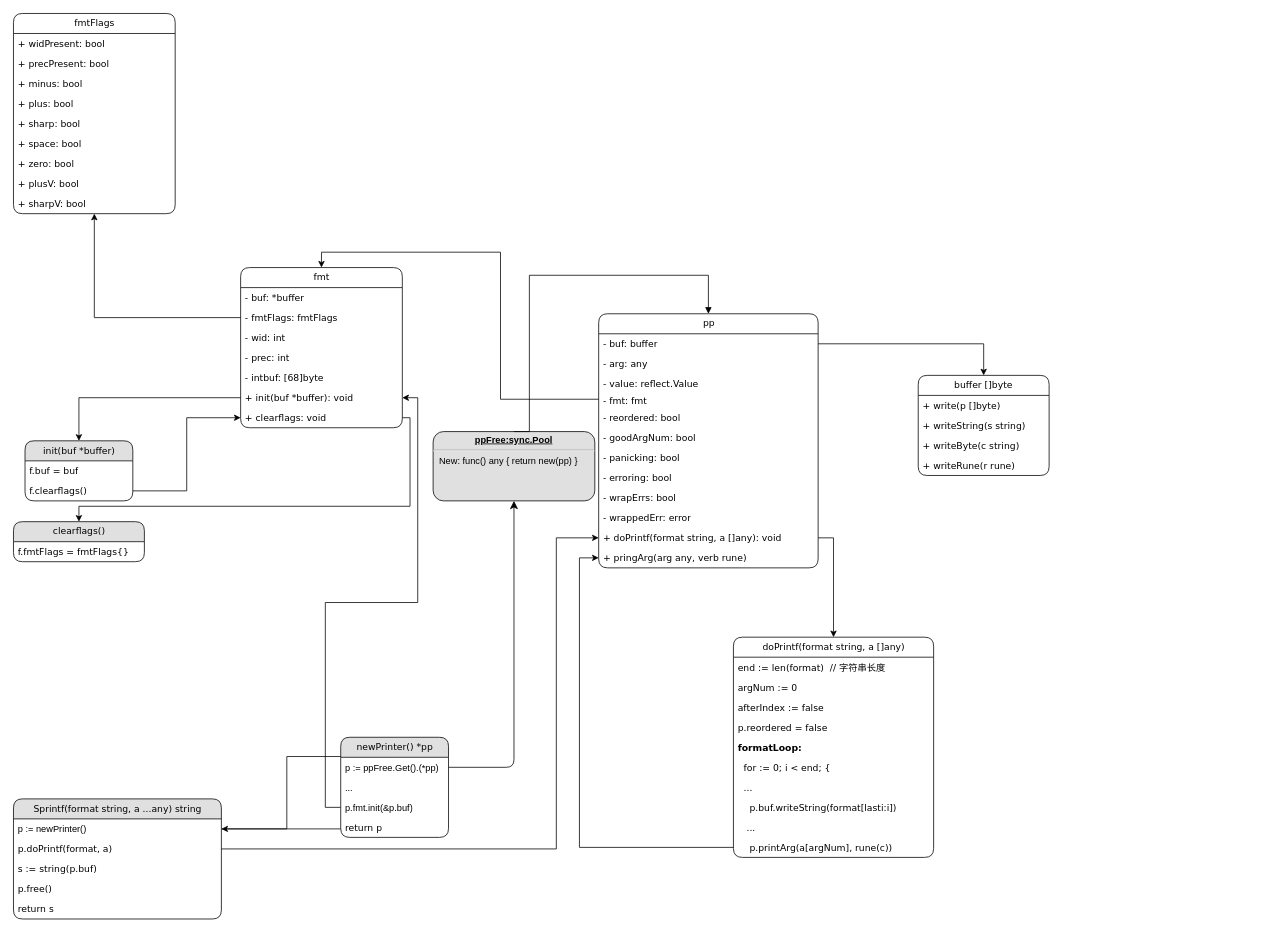
This is readsourcecode/go-fmt-1.18.10.drawio from cherubic/drawio, a draw.io file, before an edit. Source tidied: cells renumbered, new cells numbered last; positions are measured from the earlier drawing's top-left corner, leaving out a move shared by most shapes. Both pictures are drawn from the tidied source at 77%, with x=0, y=0 at pixel (13, 13).
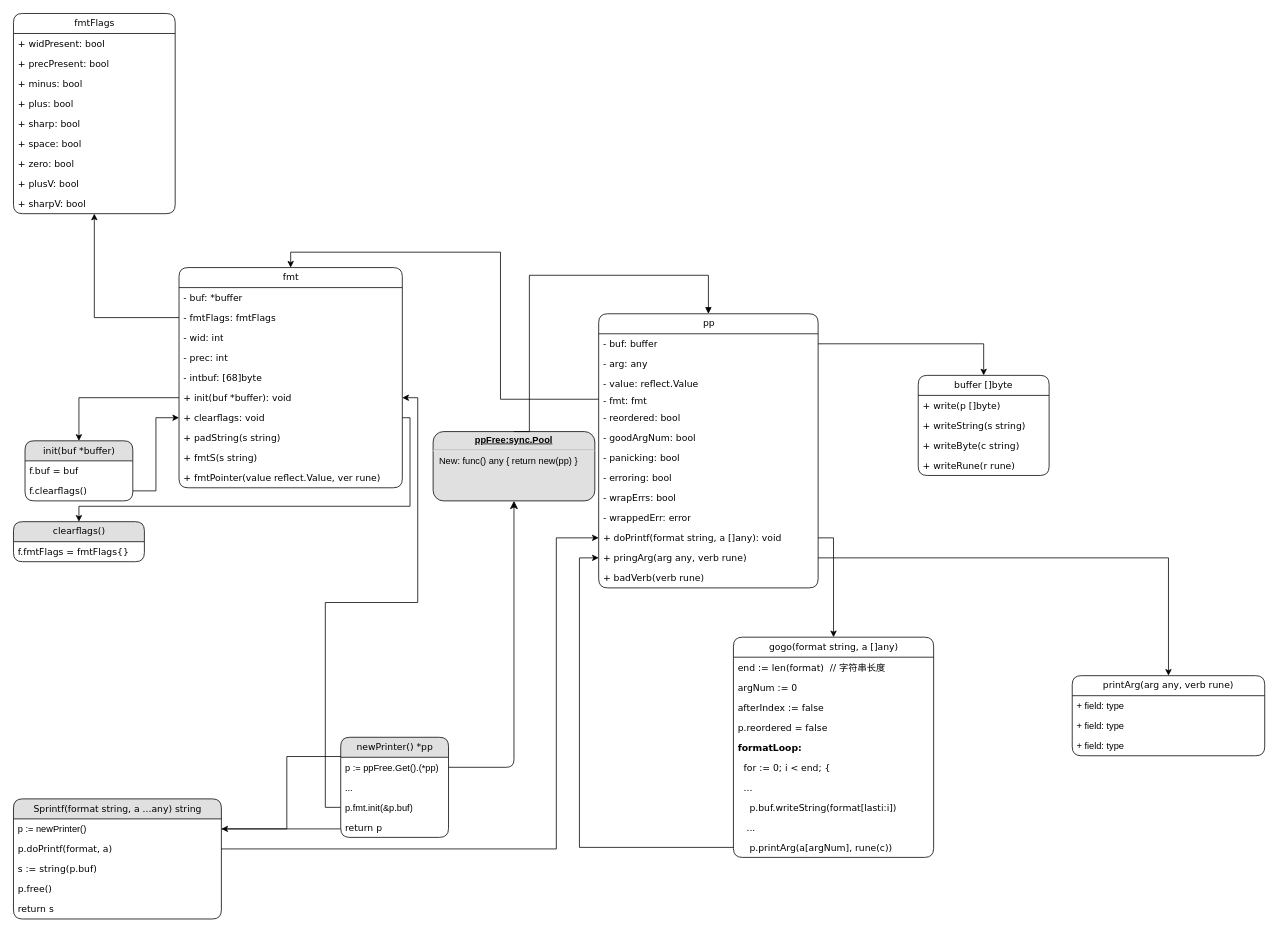
After the change.

The change refers to these unchanged cells:
```xml
<mxCell id="16" value="+ pringArg(arg any, verb rune)" style="text;strokeColor=none;fillColor=none;align=left;verticalAlign=top;spacingLeft=4;spacingRight=4;overflow=hidden;points=[[0,0.5],[1,0.5]];portConstraint=eastwest;rounded=1;shadow=0;labelBackgroundColor=none;comic=0;strokeWidth=1;fontFamily=Verdana;fontSize=12;fontColor=default;startSize=26;html=1;" parent="4" vertex="1">
  <mxGeometry y="304" width="285" height="26" as="geometry" />
</mxCell>
```

Change to the diagram source:
```diff
@@
     <mxCell id="4" value="pp" style="swimlane;fontStyle=0;horizontal=1;startSize=26;fillColor=none;rounded=1;shadow=0;labelBackgroundColor=none;comic=0;strokeColor=default;strokeWidth=1;fontFamily=Verdana;fontSize=12;fontColor=default;html=1;" parent="1" vertex="1">
-      <mxGeometry x="760" y="390" width="285" height="330" as="geometry" />
+      <mxGeometry x="760" y="390" width="285" height="356" as="geometry" />
     </mxCell>
@@
+    <mxCell id="80" value="+ badVerb(verb rune)" style="text;strokeColor=none;fillColor=none;align=left;verticalAlign=top;spacingLeft=4;spacingRight=4;overflow=hidden;rounded=1;shadow=0;labelBackgroundColor=none;comic=0;strokeWidth=1;fontFamily=Verdana;fontSize=12;fontColor=default;startSize=26;html=1;" parent="4" vertex="1">
+      <mxGeometry y="330" width="285" height="26" as="geometry" />
+    </mxCell>
@@
     <mxCell id="19" value="fmt" style="swimlane;fontStyle=0;horizontal=1;startSize=26;fillColor=none;rounded=1;shadow=0;labelBackgroundColor=none;comic=0;strokeColor=default;strokeWidth=1;fontFamily=Verdana;fontSize=12;fontColor=default;html=1;" parent="1" vertex="1">
-      <mxGeometry x="295" y="330" width="210" height="208" as="geometry" />
+      <mxGeometry x="215" y="330" width="290" height="286" as="geometry" />
     </mxCell>
     <mxCell id="20" value="- buf: *buffer" style="text;strokeColor=none;fillColor=none;align=left;verticalAlign=top;spacingLeft=4;spacingRight=4;overflow=hidden;rounded=1;shadow=0;labelBackgroundColor=none;comic=0;strokeWidth=1;fontFamily=Verdana;fontSize=12;fontColor=default;startSize=26;html=1;" parent="19" vertex="1">
-      <mxGeometry y="26" width="210" height="26" as="geometry" />
+      <mxGeometry y="26" width="290" height="26" as="geometry" />
     </mxCell>
     <mxCell id="21" value="- fmtFlags: fmtFlags" style="text;strokeColor=none;fillColor=none;align=left;verticalAlign=top;spacingLeft=4;spacingRight=4;overflow=hidden;points=[[0,0.5],[1,0.5]];portConstraint=eastwest;rounded=1;shadow=0;labelBackgroundColor=none;comic=0;strokeWidth=1;fontFamily=Verdana;fontSize=12;fontColor=default;startSize=26;html=1;" parent="19" vertex="1">
-      <mxGeometry y="52" width="210" height="26" as="geometry" />
+      <mxGeometry y="52" width="290" height="26" as="geometry" />
     </mxCell>
     <mxCell id="22" value="- wid: int" style="text;strokeColor=none;fillColor=none;align=left;verticalAlign=top;spacingLeft=4;spacingRight=4;overflow=hidden;rounded=1;shadow=0;labelBackgroundColor=none;comic=0;strokeWidth=1;fontFamily=Verdana;fontSize=12;fontColor=default;startSize=26;html=1;" parent="19" vertex="1">
-      <mxGeometry y="78" width="210" height="26" as="geometry" />
+      <mxGeometry y="78" width="290" height="26" as="geometry" />
     </mxCell>
     <mxCell id="23" value="- prec: int" style="text;strokeColor=none;fillColor=none;align=left;verticalAlign=top;spacingLeft=4;spacingRight=4;overflow=hidden;rounded=1;shadow=0;labelBackgroundColor=none;comic=0;strokeWidth=1;fontFamily=Verdana;fontSize=12;fontColor=default;startSize=26;html=1;" parent="19" vertex="1">
-      <mxGeometry y="104" width="210" height="26" as="geometry" />
+      <mxGeometry y="104" width="290" height="26" as="geometry" />
     </mxCell>
     <mxCell id="24" value="- intbuf: [68]byte" style="text;strokeColor=none;fillColor=none;align=left;verticalAlign=top;spacingLeft=4;spacingRight=4;overflow=hidden;rounded=1;shadow=0;labelBackgroundColor=none;comic=0;strokeWidth=1;fontFamily=Verdana;fontSize=12;fontColor=default;startSize=26;html=1;" parent="19" vertex="1">
-      <mxGeometry y="130" width="210" height="26" as="geometry" />
+      <mxGeometry y="130" width="290" height="26" as="geometry" />
     </mxCell>
     <mxCell id="25" value="+ init(buf *buffer): void" style="text;strokeColor=none;fillColor=none;align=left;verticalAlign=top;spacingLeft=4;spacingRight=4;overflow=hidden;points=[[0,0.5],[1,0.5]];portConstraint=eastwest;rounded=1;shadow=0;labelBackgroundColor=none;comic=0;strokeWidth=1;fontFamily=Verdana;fontSize=12;fontColor=default;startSize=26;html=1;" parent="19" vertex="1">
-      <mxGeometry y="156" width="210" height="26" as="geometry" />
+      <mxGeometry y="156" width="290" height="26" as="geometry" />
     </mxCell>
     <mxCell id="26" value="+ clearflags: void" style="text;strokeColor=none;fillColor=none;align=left;verticalAlign=top;spacingLeft=4;spacingRight=4;overflow=hidden;points=[[0,0.5],[1,0.5]];portConstraint=eastwest;rounded=1;shadow=0;labelBackgroundColor=none;comic=0;strokeWidth=1;fontFamily=Verdana;fontSize=12;fontColor=default;startSize=26;html=1;" parent="19" vertex="1">
-      <mxGeometry y="182" width="210" height="26" as="geometry" />
+      <mxGeometry y="182" width="290" height="26" as="geometry" />
     </mxCell>
+    <mxCell id="81" value="+&amp;nbsp;padString(s string)" style="text;strokeColor=none;fillColor=none;align=left;verticalAlign=top;spacingLeft=4;spacingRight=4;overflow=hidden;rounded=1;shadow=0;labelBackgroundColor=none;comic=0;strokeWidth=1;fontFamily=Verdana;fontSize=12;fontColor=default;startSize=26;html=1;" parent="19" vertex="1">
+      <mxGeometry y="208" width="290" height="26" as="geometry" />
+    </mxCell>
+    <mxCell id="82" value="+ fmtS(s string)" style="text;strokeColor=none;fillColor=none;align=left;verticalAlign=top;spacingLeft=4;spacingRight=4;overflow=hidden;rounded=1;shadow=0;labelBackgroundColor=none;comic=0;strokeWidth=1;fontFamily=Verdana;fontSize=12;fontColor=default;startSize=26;html=1;" parent="19" vertex="1">
+      <mxGeometry y="234" width="290" height="26" as="geometry" />
+    </mxCell>
+    <mxCell id="83" value="+ fmtPointer(value reflect.Value, ver rune)" style="text;strokeColor=none;fillColor=none;align=left;verticalAlign=top;spacingLeft=4;spacingRight=4;overflow=hidden;rounded=1;shadow=0;labelBackgroundColor=none;comic=0;strokeWidth=1;fontFamily=Verdana;fontSize=12;fontColor=default;startSize=26;html=1;" parent="19" vertex="1">
+      <mxGeometry y="260" width="290" height="26" as="geometry" />
+    </mxCell>
@@
-    <mxCell id="62" value="doPrintf(format string, a []any)" style="swimlane;fontStyle=0;horizontal=1;startSize=26;fillColor=none;rounded=1;shadow=0;labelBackgroundColor=none;comic=0;strokeColor=default;strokeWidth=1;fontFamily=Verdana;fontSize=12;fontColor=default;html=1;" parent="1" vertex="1">
+    <mxCell id="62" value="gogo(format string, a []any)" style="swimlane;fontStyle=0;horizontal=1;startSize=26;fillColor=none;rounded=1;shadow=0;labelBackgroundColor=none;comic=0;strokeColor=default;strokeWidth=1;fontFamily=Verdana;fontSize=12;fontColor=default;html=1;" parent="1" vertex="1">
       <mxGeometry x="935" y="810" width="260" height="286" as="geometry" />
     </mxCell>
@@
+    <mxCell id="84" value="printArg(arg any, verb rune)" style="swimlane;fontStyle=0;horizontal=1;startSize=26;fillColor=none;whiteSpace=wrap;html=1;fontFamily=Verdana;rounded=1;shadow=0;labelBackgroundColor=none;comic=0;strokeWidth=1;" parent="1" vertex="1">
+      <mxGeometry x="1375" y="860" width="250" height="104" as="geometry" />
+    </mxCell>
+    <mxCell id="85" value="+ field: type" style="text;strokeColor=none;fillColor=none;align=left;verticalAlign=top;spacingLeft=4;spacingRight=4;overflow=hidden;whiteSpace=wrap;html=1;" parent="84" vertex="1">
+      <mxGeometry y="26" width="250" height="26" as="geometry" />
+    </mxCell>
+    <mxCell id="86" value="+ field: type" style="text;strokeColor=none;fillColor=none;align=left;verticalAlign=top;spacingLeft=4;spacingRight=4;overflow=hidden;whiteSpace=wrap;html=1;" parent="84" vertex="1">
+      <mxGeometry y="52" width="250" height="26" as="geometry" />
+    </mxCell>
+    <mxCell id="87" value="+ field: type" style="text;strokeColor=none;fillColor=none;align=left;verticalAlign=top;spacingLeft=4;spacingRight=4;overflow=hidden;whiteSpace=wrap;html=1;" parent="84" vertex="1">
+      <mxGeometry y="78" width="250" height="26" as="geometry" />
+    </mxCell>
+    <mxCell id="88" style="edgeStyle=orthogonalEdgeStyle;rounded=0;jettySize=auto;html=1;" parent="1" edge="1" source="16" target="84">
+      <mxGeometry relative="1" as="geometry" />
+    </mxCell>
```
